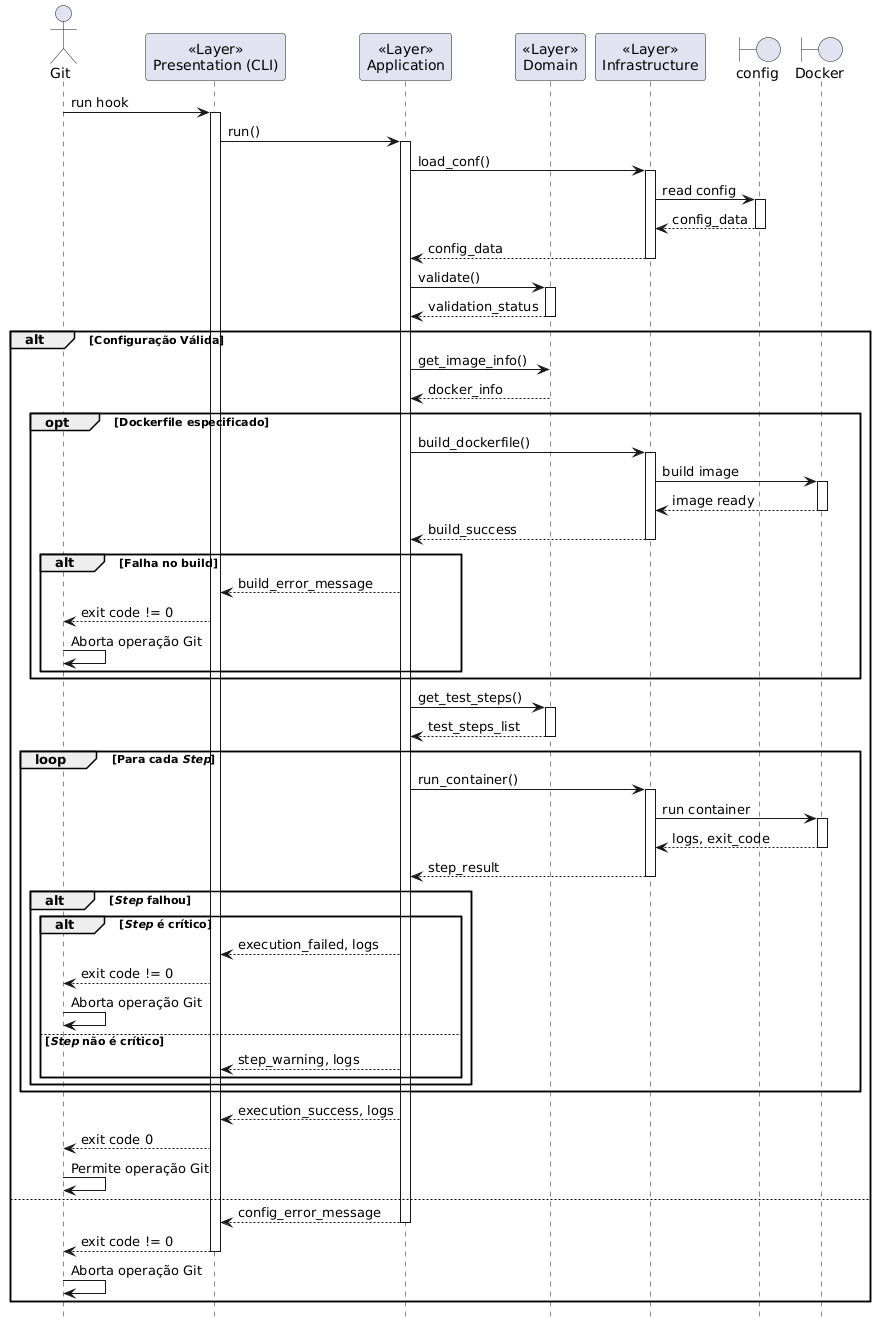
Above: Artefatos/diagramas/sequencia/hook.png in h3nc4/tmp (PlantUML), before the change. Its diagram source:
```plantuml
@startuml hook
!theme _none_
skinparam defaultFontName SansSerif
hide footbox

actor "Git" as GitSystem
participant "<<Layer>>\nPresentation (CLI)" as CLI
participant "<<Layer>>\nApplication" as App
participant "<<Layer>>\nDomain" as Domain
participant "<<Layer>>\nInfrastructure" as Infra
boundary "config" as ConfigFile
boundary "Docker" as DockerSystem

GitSystem -> CLI : run hook
activate CLI
CLI -> App : run()
activate App
App -> Infra : load_conf()
activate Infra
Infra -> ConfigFile : read config
activate ConfigFile
ConfigFile --> Infra : config_data
deactivate ConfigFile
Infra --> App : config_data
deactivate Infra

App -> Domain : validate()
activate Domain
Domain --> App : validation_status
deactivate Domain

alt Configuração Válida
	App -> Domain : get_image_info()
	Domain --> App : docker_info

	opt Dockerfile especificado
		App -> Infra : build_dockerfile()
		activate Infra
		Infra -> DockerSystem : build image
		activate DockerSystem
		DockerSystem --> Infra : image ready
		deactivate DockerSystem
		Infra --> App : build_success
		deactivate Infra

		alt Falha no build
			App --> CLI : build_error_message
			CLI --> GitSystem : exit code != 0
			GitSystem -> GitSystem : Aborta operação Git
		end
	end

	App -> Domain : get_test_steps()
	activate Domain
	Domain --> App : test_steps_list
	deactivate Domain

	loop Para cada //Step//
		App -> Infra : run_container()
		activate Infra
		Infra -> DockerSystem : run container
		activate DockerSystem
		DockerSystem --> Infra : logs, exit_code
		deactivate DockerSystem
		Infra --> App : step_result
		deactivate Infra

		alt //Step// falhou
			alt //Step// é crítico
				App --> CLI : execution_failed, logs
				CLI --> GitSystem : exit code != 0
				GitSystem -> GitSystem : Aborta operação Git
			else //Step// não é crítico
				App --> CLI : step_warning, logs
			end
		end
	end

	App --> CLI : execution_success, logs
	CLI --> GitSystem : exit code 0
	GitSystem -> GitSystem : Permite operação Git
else
	App --> CLI : config_error_message
	deactivate App
	CLI --> GitSystem : exit code != 0
	deactivate CLI
	GitSystem -> GitSystem : Aborta operação Git
end

@enduml
```
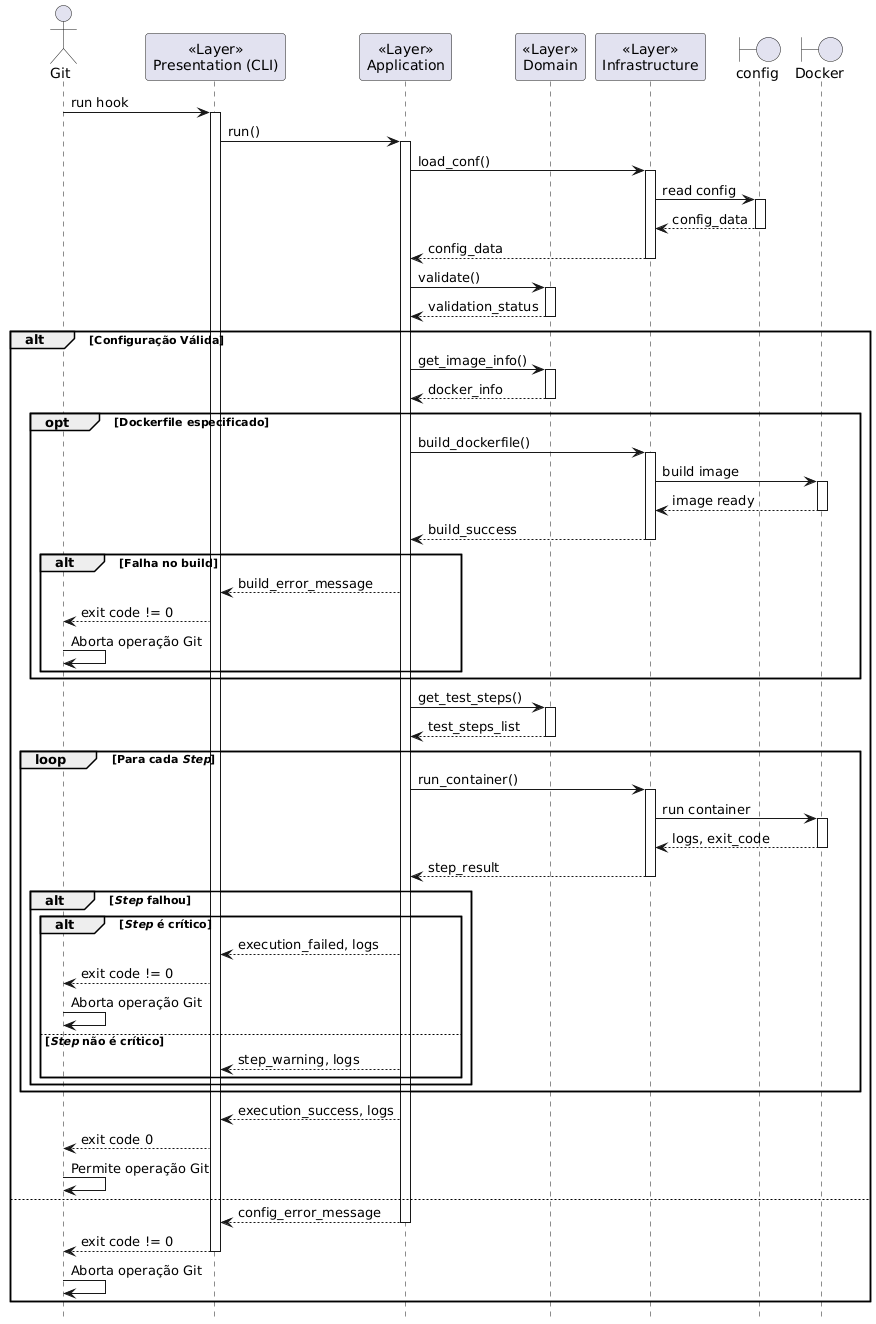
The same diagram one commit later.

Commit message:
fixes on sequence diagrams

The edit, as a diff of the source:
```diff
@@ -31,7 +31,9 @@
 
 alt Configuração Válida
 	App -> Domain : get_image_info()
+	activate Domain
 	Domain --> App : docker_info
+	deactivate Domain
 
 	opt Dockerfile especificado
 		App -> Infra : build_dockerfile()
```
